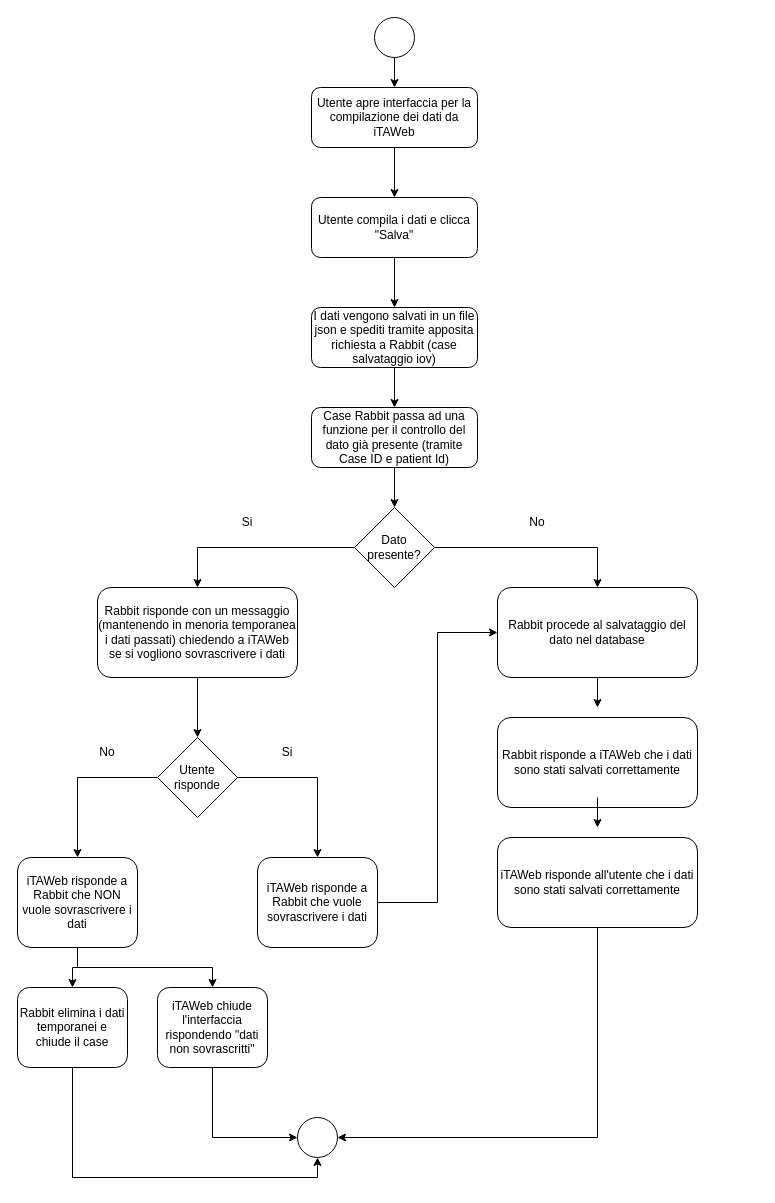
Above: page "Salvataggio dati database" (2 of 3) of Flussi.drawio in gfiorellaTA/iTAWeb (draw.io), before the change. Source tidied: cells renumbered, new cells numbered last; positions are measured from the earlier drawing's top-left corner, leaving out a move shared by most shapes. Both pictures are drawn from the tidied source at 100%, with x=0, y=0 at pixel (17, 17).
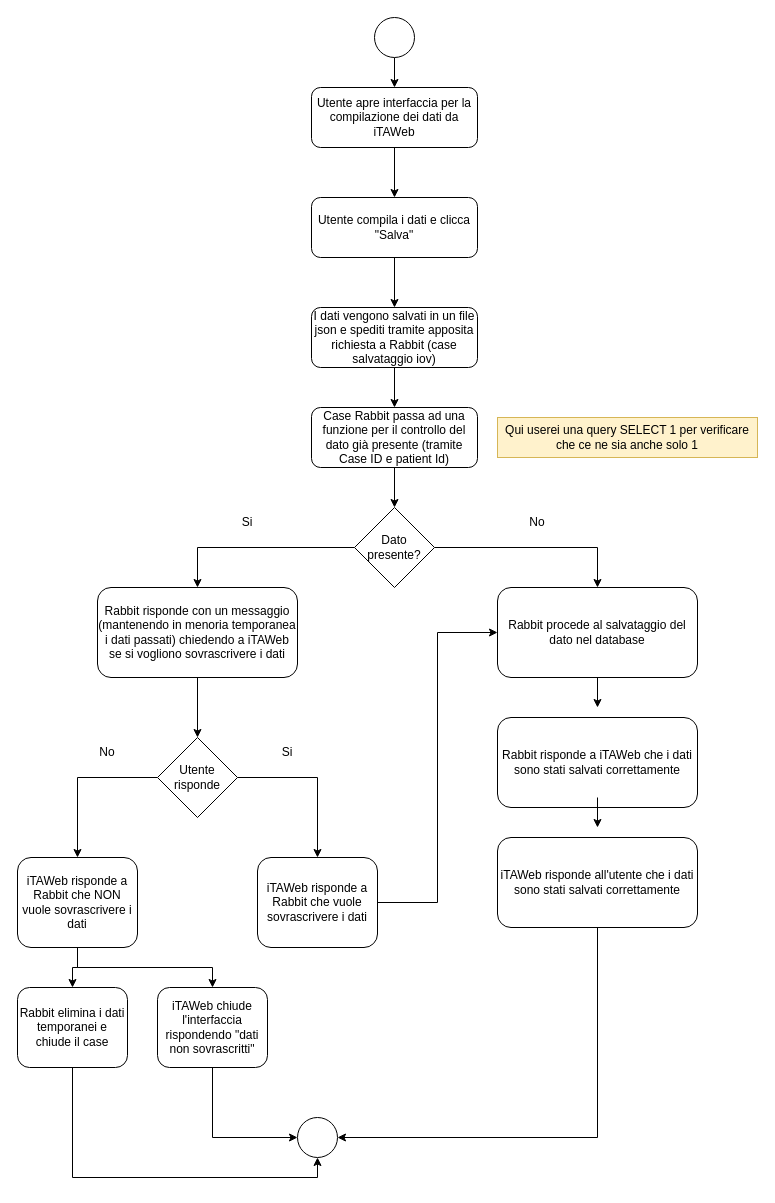
Above is the later version.

The edit, as a diff of the source:
```diff
@@
+    <mxCell id="40" value="Qui userei una query SELECT 1 per verificare che ce ne sia anche solo 1" style="text;html=1;align=center;verticalAlign=middle;whiteSpace=wrap;rounded=0;fillColor=#fff2cc;strokeColor=#d6b656;" parent="1" vertex="1">
+      <mxGeometry x="480" y="400" width="260" height="40" as="geometry" />
+    </mxCell>
```
